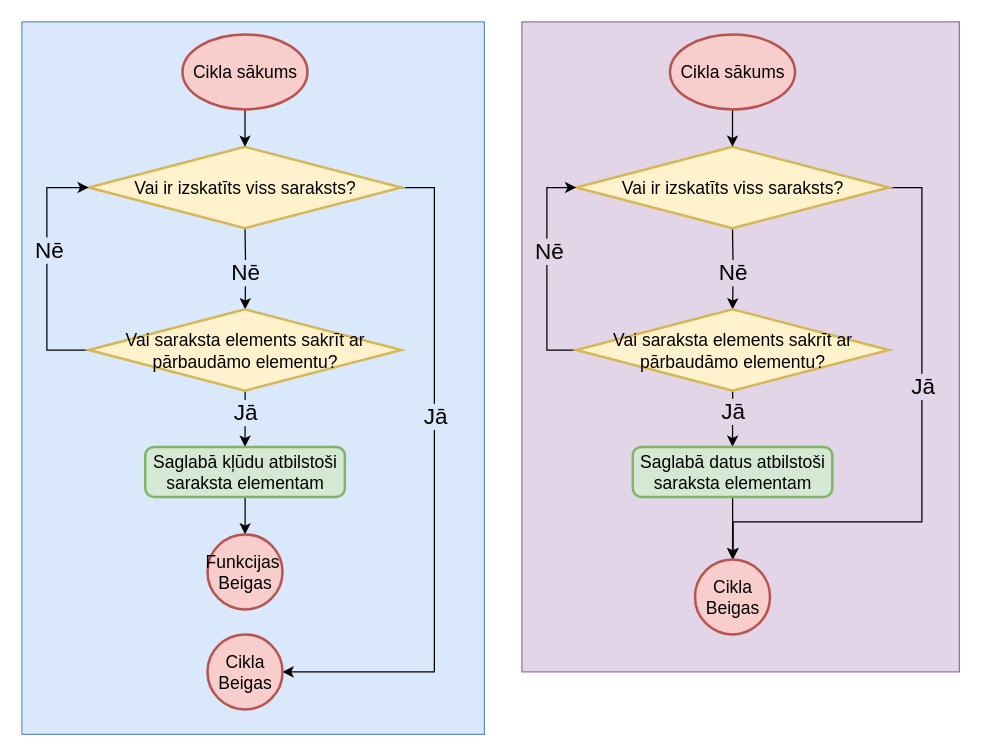
Before: page "Cikli" (3 of 5) of src/Qualification project/Documentation/Diagrammas/Kompilators/Kompilators.drawio in artiks12/webAppOS, a draw.io diagram. Source tidied: cells renumbered, new cells numbered last; positions are measured from the earlier drawing's top-left corner, leaving out a move shared by most shapes. Both pictures are drawn from the tidied source at 125%, with x=0, y=0 at pixel (21, 21).
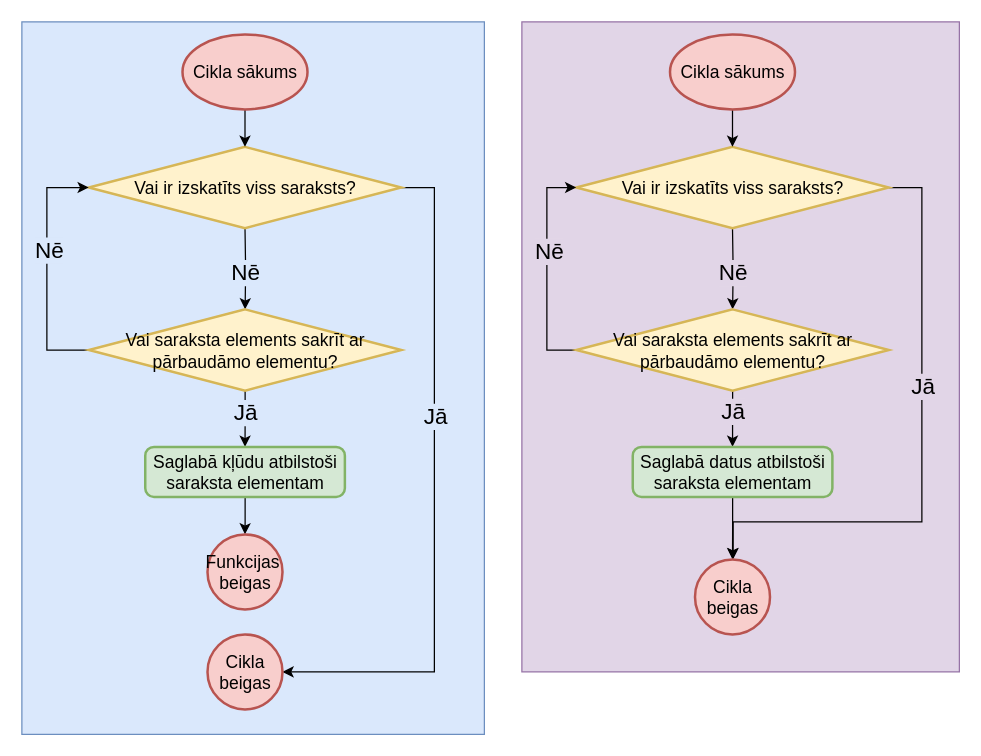
Above is the later version.

What changed in the source:
```diff
@@
-    <mxCell id="15" value="Cikla&lt;br&gt;Beigas" style="strokeWidth=2;html=1;shape=mxgraph.flowchart.start_2;whiteSpace=wrap;fontSize=14;fillColor=#f8cecc;strokeColor=#b85450;" parent="1" vertex="1">
+    <mxCell id="15" value="Cikla&lt;br&gt;beigas" style="strokeWidth=2;html=1;shape=mxgraph.flowchart.start_2;whiteSpace=wrap;fontSize=14;fillColor=#f8cecc;strokeColor=#b85450;" parent="1" vertex="1">
       <mxGeometry x="148.5" y="490" width="60" height="60" as="geometry" />
     </mxCell>
@@
-    <mxCell id="31" value="Cikla&lt;br&gt;Beigas" style="strokeWidth=2;html=1;shape=mxgraph.flowchart.start_2;whiteSpace=wrap;fontSize=14;fillColor=#f8cecc;strokeColor=#b85450;" parent="1" vertex="1">
+    <mxCell id="31" value="Cikla&lt;br&gt;beigas" style="strokeWidth=2;html=1;shape=mxgraph.flowchart.start_2;whiteSpace=wrap;fontSize=14;fillColor=#f8cecc;strokeColor=#b85450;" parent="1" vertex="1">
       <mxGeometry x="538.5" y="430" width="60" height="60" as="geometry" />
     </mxCell>
@@
-    <mxCell id="34" value="Funkcijas&amp;nbsp;&lt;br&gt;Beigas" style="strokeWidth=2;html=1;shape=mxgraph.flowchart.start_2;whiteSpace=wrap;fontSize=14;fillColor=#f8cecc;strokeColor=#b85450;" parent="1" vertex="1">
+    <mxCell id="34" value="Funkcijas&amp;nbsp;&lt;br&gt;beigas" style="strokeWidth=2;html=1;shape=mxgraph.flowchart.start_2;whiteSpace=wrap;fontSize=14;fillColor=#f8cecc;strokeColor=#b85450;" parent="1" vertex="1">
       <mxGeometry x="148.5" y="410" width="60" height="60" as="geometry" />
     </mxCell>
```
